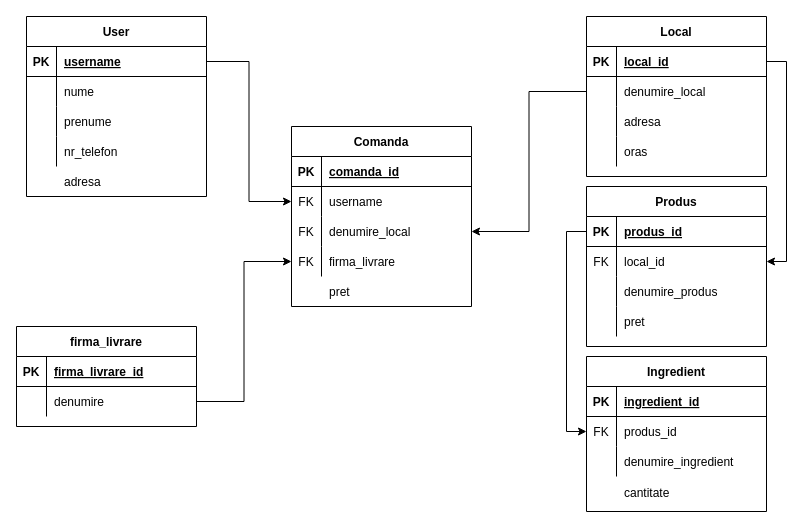
The draw.io diagram sql/diagramaconceptuala.drawio in tr0yyy/food-delivery-app, before the edit. Source tidied: cells renumbered, new cells numbered last; positions are measured from the earlier drawing's top-left corner, leaving out a move shared by most shapes. Both pictures are drawn from the tidied source at 100%, with x=0, y=0 at pixel (16, 16).
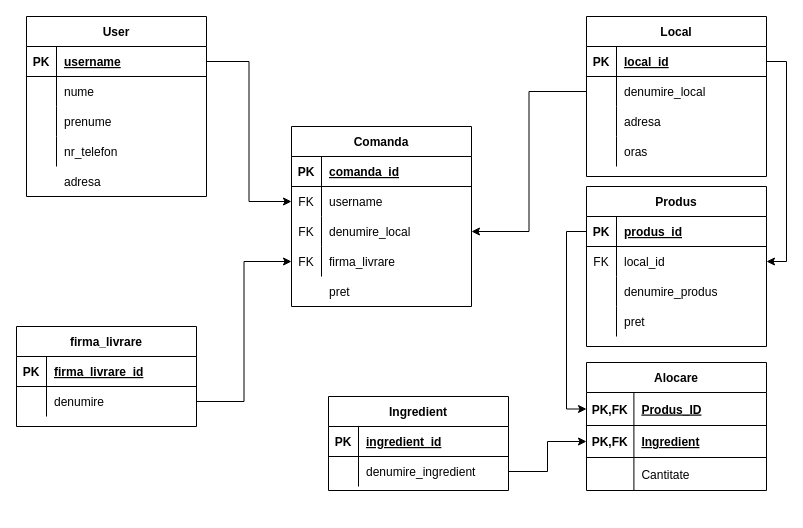
Above is the later version.

Unchanged cells that the change refers to:
```xml
<mxCell id="16" style="shape=partialRectangle;fillColor=none;top=0;left=0;bottom=1;right=0;points=[[0,0.5],[1,0.5]];portConstraint=eastwest;" parent="15" vertex="1">
  <mxGeometry y="30" width="180" height="30" as="geometry" />
</mxCell>
```

The edit, as a diff of the source:
```diff
@@
     <mxCell id="29" value="Ingredient" style="shape=table;startSize=30;childLayout=tableLayout;rowLines=0;fontStyle=1;align=center;" parent="1" vertex="1">
-      <mxGeometry x="570" y="340" width="180" height="155" as="geometry" />
+      <mxGeometry x="312" y="380" width="180" height="94" as="geometry" />
     </mxCell>
@@
-    <mxCell id="33" style="shape=partialRectangle;fillColor=none;top=0;left=0;bottom=0;right=0;points=[[0,0.5],[1,0.5]];portConstraint=eastwest;" parent="29" vertex="1">
-      <mxGeometry y="60" width="180" height="30" as="geometry" />
-    </mxCell>
-    <mxCell id="34" value="FK" style="shape=partialRectangle;fillColor=none;top=0;left=0;bottom=0;right=0;overflow=hidden;" parent="33" vertex="1">
-      <mxGeometry width="30" height="30" as="geometry" />
-    </mxCell>
-    <mxCell id="35" value="produs_id" style="shape=partialRectangle;fillColor=none;top=0;left=0;bottom=0;right=0;align=left;spacingLeft=6;overflow=hidden;" parent="33" vertex="1">
-      <mxGeometry x="30" width="150" height="30" as="geometry" />
-    </mxCell>
     <mxCell id="36" style="shape=partialRectangle;fillColor=none;top=0;left=0;bottom=0;right=0;points=[[0,0.5],[1,0.5]];portConstraint=eastwest;" parent="29" vertex="1">
-      <mxGeometry y="90" width="180" height="30" as="geometry" />
+      <mxGeometry y="60" width="180" height="30" as="geometry" />
     </mxCell>
@@
-    <mxCell id="39" style="edgeStyle=orthogonalEdgeStyle;rounded=0;jettySize=auto;html=1;entryX=0;entryY=0.5;entryDx=0;entryDy=0;" parent="1" edge="1" source="16" target="33">
-      <mxGeometry relative="1" as="geometry" />
-    </mxCell>
@@
-    <mxCell id="81" style="shape=partialRectangle;fillColor=none;top=0;left=0;bottom=0;right=0;" parent="1" vertex="1">
-      <mxGeometry x="570" y="461" width="180" height="30" as="geometry" />
-    </mxCell>
-    <mxCell id="82" style="shape=partialRectangle;fillColor=none;top=0;left=0;bottom=0;right=0;overflow=hidden;" parent="81" vertex="1">
-      <mxGeometry width="30" height="30" as="geometry" />
-    </mxCell>
-    <mxCell id="83" value="cantitate" style="shape=partialRectangle;fillColor=none;top=0;left=0;bottom=0;right=0;align=left;spacingLeft=6;overflow=hidden;" parent="81" vertex="1">
-      <mxGeometry x="30" width="150" height="30" as="geometry" />
-    </mxCell>
+    <mxCell id="84" value="Alocare" style="shape=table;startSize=30;childLayout=tableLayout;rowLines=1;fontStyle=1;align=center;columnLines=1;" parent="1" vertex="1">
+      <mxGeometry x="570" y="346" width="180" height="128" as="geometry" />
+    </mxCell>
+    <mxCell id="85" style="shape=partialRectangle;fillColor=none;top=0;left=0;bottom=1;right=0;points=[[0,0.5],[1,0.5]];portConstraint=eastwest;" parent="84" vertex="1">
+      <mxGeometry y="30" width="180" height="33" as="geometry" />
+    </mxCell>
+    <mxCell id="86" value="PK,FK" style="shape=partialRectangle;fillColor=none;top=0;left=0;bottom=0;right=0;fontStyle=1;overflow=hidden;" parent="85" vertex="1">
+      <mxGeometry width="47.4" height="33" as="geometry" />
+    </mxCell>
+    <mxCell id="87" value="Produs_ID" style="shape=partialRectangle;fillColor=none;top=0;left=0;bottom=0;right=0;align=left;spacingLeft=6;fontStyle=5;overflow=hidden;" parent="85" vertex="1">
+      <mxGeometry x="47.4" width="132.6" height="33" as="geometry" />
+    </mxCell>
+    <mxCell id="88" style="shape=partialRectangle;fillColor=none;top=0;left=0;bottom=0;right=0;points=[[0,0.5],[1,0.5]];portConstraint=eastwest;" parent="84" vertex="1">
+      <mxGeometry y="63" width="180" height="32" as="geometry" />
+    </mxCell>
+    <mxCell id="89" value="PK,FK" style="shape=partialRectangle;fillColor=none;top=0;left=0;bottom=0;right=0;overflow=hidden;fontStyle=1;" parent="88" vertex="1">
+      <mxGeometry width="47.4" height="32" as="geometry" />
+    </mxCell>
+    <mxCell id="90" value="Ingredient" style="shape=partialRectangle;fillColor=none;top=0;left=0;bottom=0;right=0;align=left;spacingLeft=6;overflow=hidden;fontStyle=5;" parent="88" vertex="1">
+      <mxGeometry x="47.4" width="132.6" height="32" as="geometry" />
+    </mxCell>
+    <mxCell id="91" style="shape=partialRectangle;fillColor=none;top=0;left=0;bottom=0;right=0;" parent="84" vertex="1">
+      <mxGeometry y="95" width="180" height="33" as="geometry" />
+    </mxCell>
+    <mxCell id="92" style="shape=partialRectangle;fillColor=none;top=0;left=0;bottom=0;right=0;overflow=hidden;" parent="91" vertex="1">
+      <mxGeometry width="47.4" height="33" as="geometry" />
+    </mxCell>
+    <mxCell id="93" value="Cantitate" style="shape=partialRectangle;fillColor=none;top=0;left=0;bottom=0;right=0;align=left;spacingLeft=6;overflow=hidden;" parent="91" vertex="1">
+      <mxGeometry x="47.4" width="132.6" height="33" as="geometry" />
+    </mxCell>
+    <mxCell id="94" style="edgeStyle=orthogonalEdgeStyle;rounded=0;jettySize=auto;html=1;entryX=0;entryY=0.5;entryDx=0;entryDy=0;" parent="1" edge="1" source="16" target="85">
+      <mxGeometry relative="1" as="geometry" />
+    </mxCell>
+    <mxCell id="95" style="edgeStyle=orthogonalEdgeStyle;rounded=0;jettySize=auto;html=1;entryX=0;entryY=0.5;entryDx=0;entryDy=0;" parent="1" edge="1" source="36" target="88">
+      <mxGeometry relative="1" as="geometry" />
+    </mxCell>
```
